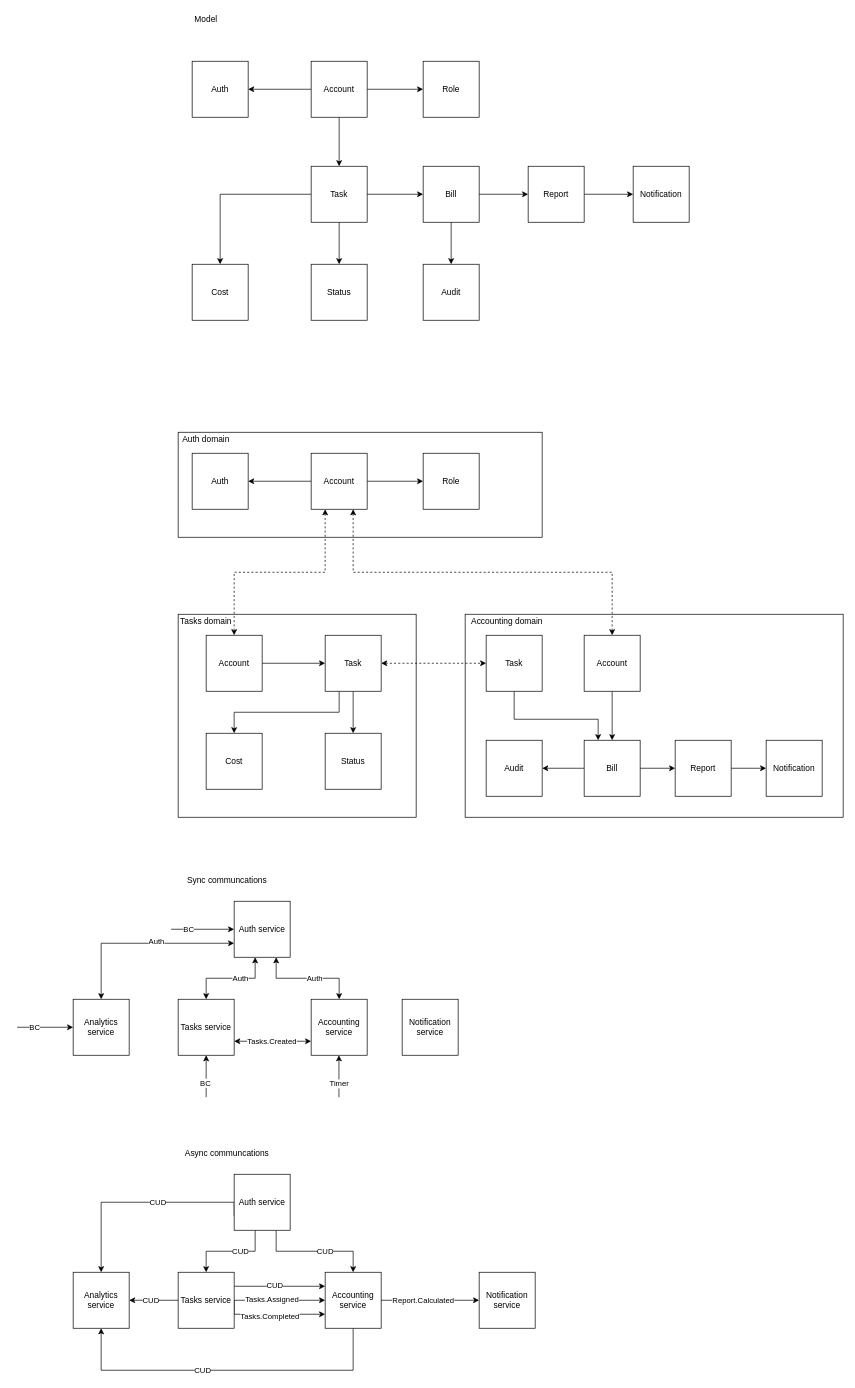
zemer/async-architecture keeps this draw.io diagram as models/model.drawio. Above is the earlier version. Source tidied: cells renumbered, new cells numbered last; positions are measured from the earlier drawing's top-left corner, leaving out a move shared by most shapes. Both pictures are drawn from the tidied source at 70%, with x=0, y=0 at pixel (17, 12).
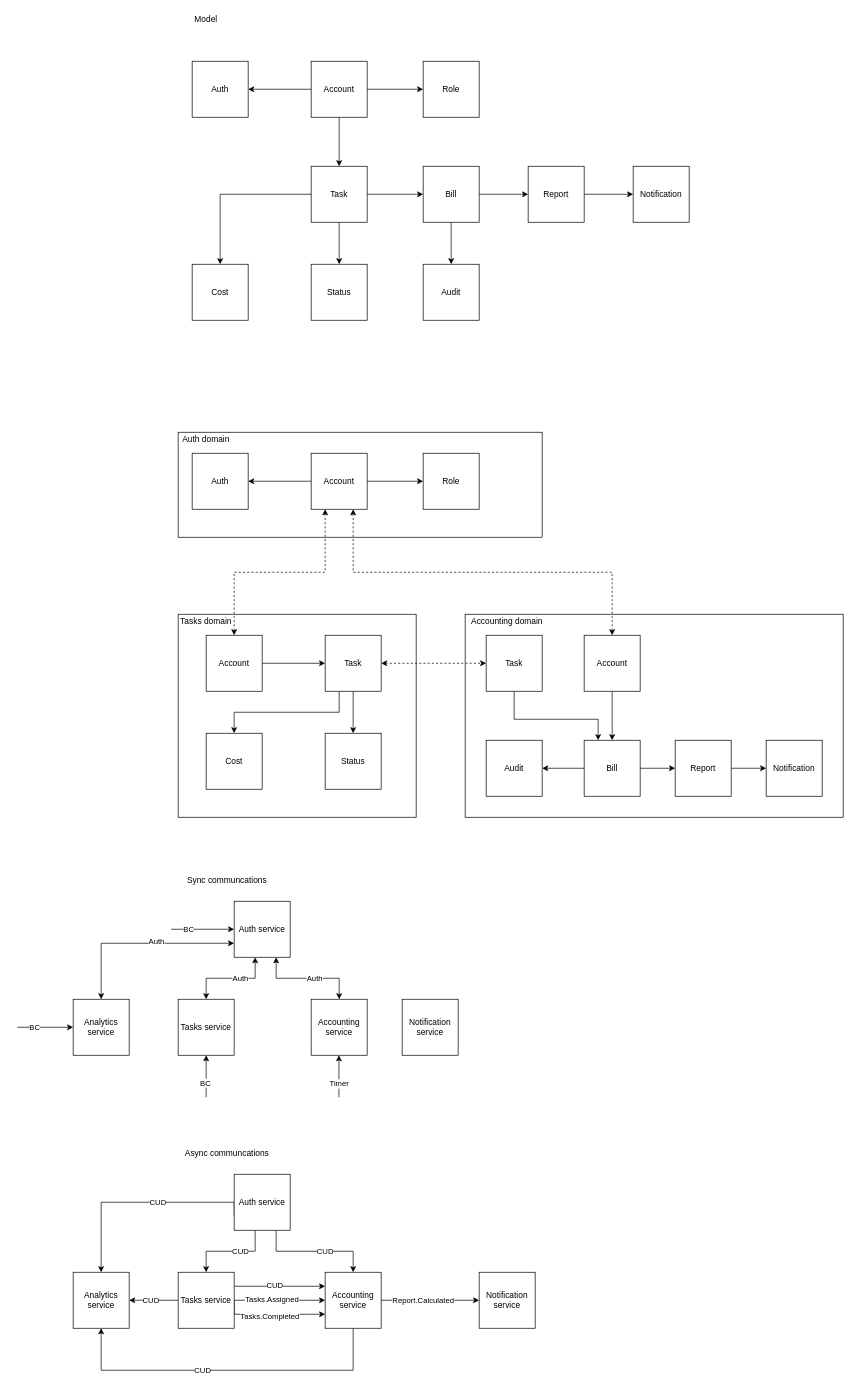
After the change.

Unchanged cells that the change refers to:
```xml
<mxCell id="60" value="Tasks service" style="whiteSpace=wrap;html=1;" parent="1" vertex="1">
  <mxGeometry x="230" y="1410" width="80" height="80" as="geometry" />
</mxCell>
<mxCell id="61" value="Accounting service" style="whiteSpace=wrap;html=1;" parent="1" vertex="1">
  <mxGeometry x="420" y="1410" width="80" height="80" as="geometry" />
</mxCell>
```

Diff of the diagram source:
```diff
@@
-    <mxCell id="58" style="edgeStyle=orthogonalEdgeStyle;rounded=0;jettySize=auto;html=1;exitX=1;exitY=0.75;exitDx=0;exitDy=0;entryX=0;entryY=0.75;entryDx=0;entryDy=0;startArrow=classic;startFill=1;" parent="1" edge="1" source="60" target="61">
-      <mxGeometry relative="1" as="geometry" />
-    </mxCell>
-    <mxCell id="59" value="Tasks.Created" style="edgeLabel;html=1;align=center;verticalAlign=middle;" parent="58" vertex="1">
-      <mxGeometry x="0.21" relative="1" as="geometry">
-        <mxPoint x="-14" as="offset" />
-      </mxGeometry>
-    </mxCell>
```
